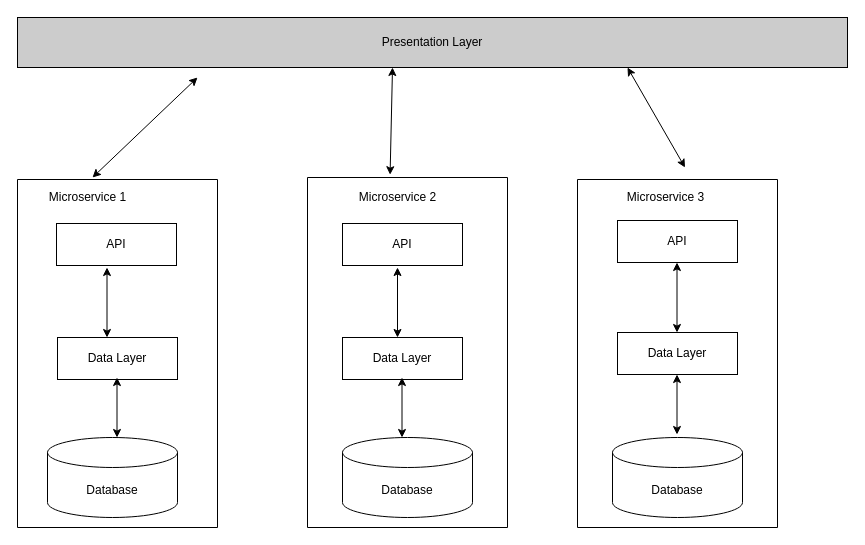
This is MicroserviceBasicArchitecture.drawio from rahulpandey1589/solution-diagrams, a draw.io file, before an edit. Source tidied: cells renumbered, new cells numbered last; positions are measured from the earlier drawing's top-left corner, leaving out a move shared by most shapes. Both pictures are drawn from the tidied source at 100%, with x=0, y=0 at pixel (17, 17).
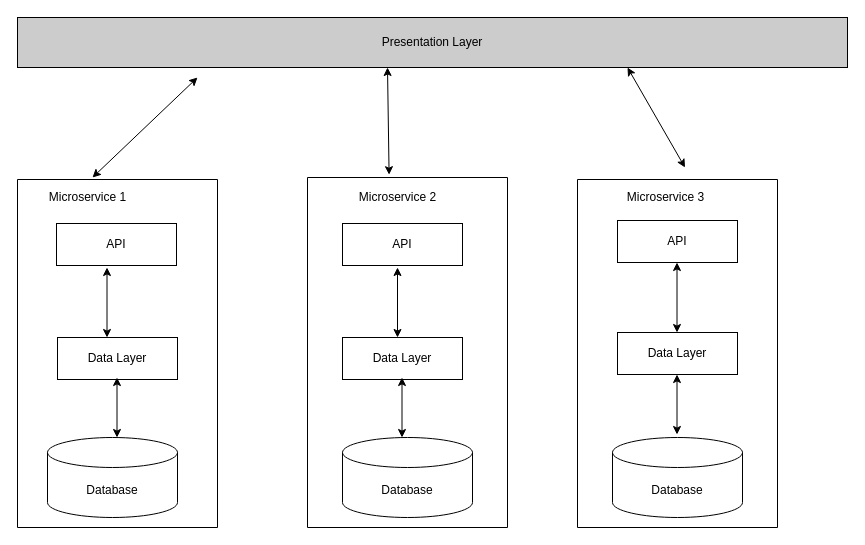
The same page after the edit.

Unchanged cells that the change refers to:
```xml
<mxCell id="3" style="swimlane;startSize=0;fillColor=#FFFFFF;" parent="1" vertex="1">
  <mxGeometry x="290" y="160" width="200" height="350" as="geometry" />
</mxCell>
```

The edit, as a diff of the source:
```diff
@@
-    <mxCell id="26" style="endArrow=classic;startArrow=classic;html=1;rounded=0;exitX=0.413;exitY=-0.008;exitDx=0;exitDy=0;exitPerimeter=0;" parent="1" edge="1" source="3">
+    <mxCell id="26" style="endArrow=classic;startArrow=classic;html=1;rounded=0;exitX=0.413;exitY=-0.008;exitDx=0;exitDy=0;exitPerimeter=0;" parent="1" edge="1">
       <mxGeometry relative="1" as="geometry">
-        <mxPoint x="375" y="50" as="targetPoint" />
+        <mxPoint x="371.6" y="157.2" as="sourcePoint" />
+        <mxPoint x="370" y="50" as="targetPoint" />
       </mxGeometry>
     </mxCell>
```
